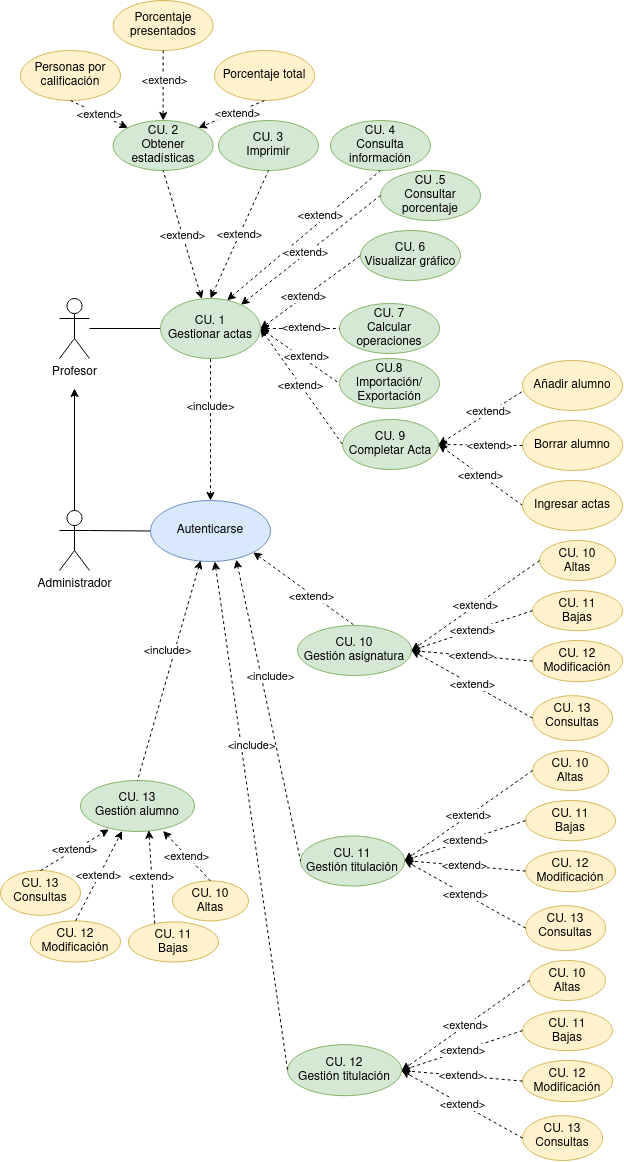
Above: Tareas/casosUso/Tarea6-Gestión Profesores/img/GestionProfesores.drawio.png in colidom/ets (draw.io), before the change. Source tidied: cells renumbered, new cells last; positions are measured from the earlier drawing's top-left corner, leaving out a move shared by most shapes.
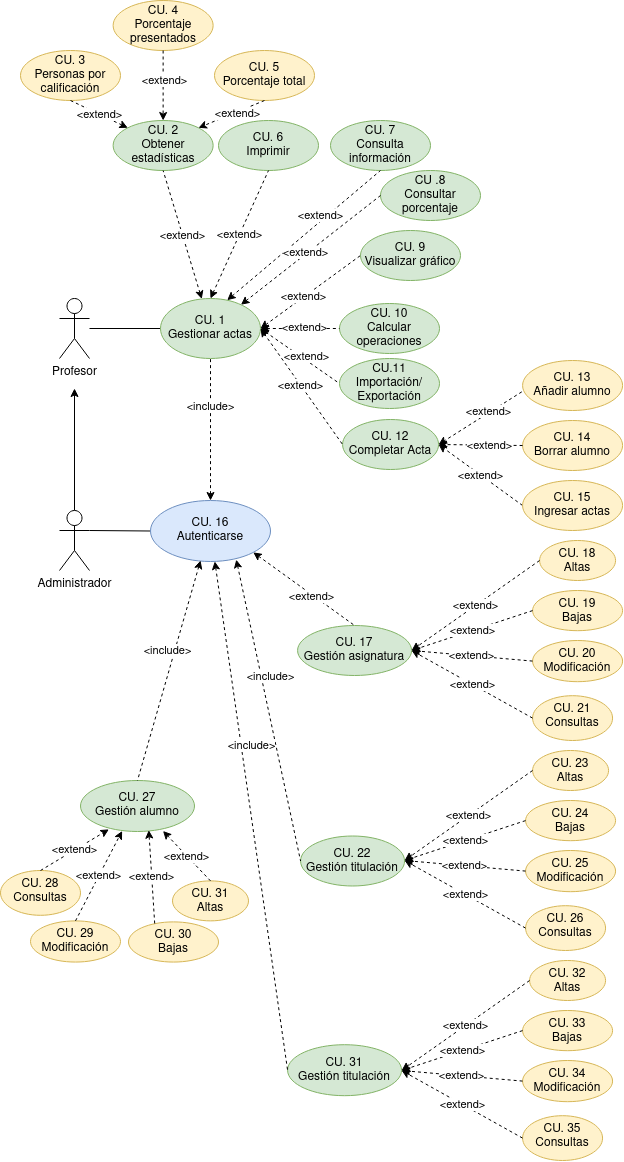
The same diagram one commit later.

Change to the diagram source:
```diff
@@ -16,16 +16,16 @@
     <mxCell id="5" value="Administrador" style="shape=umlActor;verticalLabelPosition=bottom;verticalAlign=top;html=1;outlineConnect=0;" parent="1" vertex="1">
       <mxGeometry x="59" y="510" width="30" height="60" as="geometry" />
     </mxCell>
-    <mxCell id="6" value="&lt;div&gt;CU. 9&lt;/div&gt;&lt;div&gt;Completar Acta&lt;/div&gt;" style="ellipse;whiteSpace=wrap;html=1;fillColor=#d5e8d4;strokeColor=#82b366;" parent="1" vertex="1">
+    <mxCell id="6" value="&lt;div&gt;CU. 12&lt;br&gt;&lt;/div&gt;&lt;div&gt;Completar Acta&lt;/div&gt;" style="ellipse;whiteSpace=wrap;html=1;fillColor=#d5e8d4;strokeColor=#82b366;" parent="1" vertex="1">
       <mxGeometry x="342.1" y="419" width="96" height="50" as="geometry" />
     </mxCell>
-    <mxCell id="7" value="Borrar alumno" style="ellipse;whiteSpace=wrap;html=1;fillColor=#fff2cc;strokeColor=#d6b656;" parent="1" vertex="1">
+    <mxCell id="7" value="&lt;div&gt;CU. 14&lt;/div&gt;&lt;div&gt;Borrar alumno&lt;/div&gt;" style="ellipse;whiteSpace=wrap;html=1;fillColor=#fff2cc;strokeColor=#d6b656;" parent="1" vertex="1">
       <mxGeometry x="522.1" y="420" width="100" height="50" as="geometry" />
     </mxCell>
     <mxCell id="8" value="&amp;lt;extend&amp;gt;" style="edgeStyle=none;rounded=0;jettySize=auto;html=1;dashed=1;startArrow=none;startFill=0;endArrow=classic;endFill=1;entryX=1;entryY=0.5;entryDx=0;entryDy=0;exitX=0;exitY=0.5;exitDx=0;exitDy=0;" parent="1" edge="1" source="9" target="6">
       <mxGeometry relative="1" as="geometry" />
     </mxCell>
-    <mxCell id="9" value="Ingresar actas" style="ellipse;whiteSpace=wrap;html=1;fillColor=#fff2cc;strokeColor=#d6b656;" parent="1" vertex="1">
+    <mxCell id="9" value="&lt;div&gt;CU. 15&lt;/div&gt;&lt;div&gt;Ingresar actas&lt;/div&gt;" style="ellipse;whiteSpace=wrap;html=1;fillColor=#fff2cc;strokeColor=#d6b656;" parent="1" vertex="1">
       <mxGeometry x="522.1" y="480" width="100" height="50" as="geometry" />
     </mxCell>
     <mxCell id="10" style="edgeStyle=orthogonalEdgeStyle;rounded=0;jettySize=auto;html=1;endArrow=none;endFill=0;dashed=1;startArrow=classic;startFill=1;" parent="1" edge="1" source="43" target="27">
@@ -36,31 +36,31 @@
         <mxPoint x="2" y="-34" as="offset" />
       </mxGeometry>
     </mxCell>
-    <mxCell id="12" value="&lt;div&gt;CU. 4&lt;/div&gt;&lt;div&gt;Consulta información&lt;/div&gt;" style="ellipse;whiteSpace=wrap;html=1;fillColor=#d5e8d4;strokeColor=#82b366;" parent="1" vertex="1">
+    <mxCell id="12" value="&lt;div&gt;CU. 7&lt;br&gt;&lt;/div&gt;&lt;div&gt;Consulta información&lt;/div&gt;" style="ellipse;whiteSpace=wrap;html=1;fillColor=#d5e8d4;strokeColor=#82b366;" parent="1" vertex="1">
       <mxGeometry x="330" y="120" width="100" height="50" as="geometry" />
     </mxCell>
     <mxCell id="13" value="&lt;div&gt;CU. 2&lt;/div&gt;&lt;div&gt;Obtener estadísticas&lt;/div&gt;" style="ellipse;whiteSpace=wrap;html=1;fillColor=#d5e8d4;strokeColor=#82b366;" parent="1" vertex="1">
       <mxGeometry x="112.6" y="120" width="100" height="50" as="geometry" />
     </mxCell>
-    <mxCell id="14" value="Personas por calificación" style="ellipse;whiteSpace=wrap;html=1;fillColor=#fff2cc;strokeColor=#d6b656;" parent="1" vertex="1">
+    <mxCell id="14" value="&lt;div&gt;CU. 3&lt;/div&gt;&lt;div&gt;Personas por calificación&lt;/div&gt;" style="ellipse;whiteSpace=wrap;html=1;fillColor=#fff2cc;strokeColor=#d6b656;" parent="1" vertex="1">
       <mxGeometry x="20" y="50" width="100" height="50" as="geometry" />
     </mxCell>
-    <mxCell id="15" value="Porcentaje presentados" style="ellipse;whiteSpace=wrap;html=1;fillColor=#fff2cc;strokeColor=#d6b656;" parent="1" vertex="1">
+    <mxCell id="15" value="&lt;div&gt;CU. 4&lt;/div&gt;&lt;div&gt;Porcentaje presentados&lt;/div&gt;" style="ellipse;whiteSpace=wrap;html=1;fillColor=#fff2cc;strokeColor=#d6b656;" parent="1" vertex="1">
       <mxGeometry x="112.6" width="100" height="50" as="geometry" />
     </mxCell>
-    <mxCell id="16" value="Porcentaje total" style="ellipse;whiteSpace=wrap;html=1;fillColor=#fff2cc;strokeColor=#d6b656;" parent="1" vertex="1">
+    <mxCell id="16" value="&lt;div&gt;CU. 5&lt;/div&gt;&lt;div&gt;Porcentaje total&lt;/div&gt;" style="ellipse;whiteSpace=wrap;html=1;fillColor=#fff2cc;strokeColor=#d6b656;" parent="1" vertex="1">
       <mxGeometry x="214" y="50" width="100" height="50" as="geometry" />
     </mxCell>
-    <mxCell id="17" value="&lt;div&gt;CU .5&lt;/div&gt;&lt;div&gt;Consultar porcentaje&lt;/div&gt;" style="ellipse;whiteSpace=wrap;html=1;fillColor=#d5e8d4;strokeColor=#82b366;" parent="1" vertex="1">
+    <mxCell id="17" value="&lt;div&gt;CU .8&lt;/div&gt;&lt;div&gt;Consultar porcentaje&lt;/div&gt;" style="ellipse;whiteSpace=wrap;html=1;fillColor=#d5e8d4;strokeColor=#82b366;" parent="1" vertex="1">
       <mxGeometry x="380" y="170" width="100" height="50" as="geometry" />
     </mxCell>
-    <mxCell id="18" value="&lt;div&gt;CU. 6 &lt;br&gt;&lt;/div&gt;&lt;div&gt;Visualizar gráfico&lt;/div&gt;" style="ellipse;whiteSpace=wrap;html=1;fillColor=#d5e8d4;strokeColor=#82b366;" parent="1" vertex="1">
+    <mxCell id="18" value="&lt;div&gt;CU. 9 &lt;br&gt;&lt;/div&gt;&lt;div&gt;Visualizar gráfico&lt;/div&gt;" style="ellipse;whiteSpace=wrap;html=1;fillColor=#d5e8d4;strokeColor=#82b366;" parent="1" vertex="1">
       <mxGeometry x="360" y="230" width="100" height="50" as="geometry" />
     </mxCell>
-    <mxCell id="19" value="&lt;div&gt;CU. 7&lt;/div&gt;&lt;div&gt;Calcular operaciones&lt;/div&gt;" style="ellipse;whiteSpace=wrap;html=1;fillColor=#d5e8d4;strokeColor=#82b366;" parent="1" vertex="1">
+    <mxCell id="19" value="&lt;div&gt;CU. 10&lt;br&gt;&lt;/div&gt;&lt;div&gt;Calcular operaciones&lt;/div&gt;" style="ellipse;whiteSpace=wrap;html=1;fillColor=#d5e8d4;strokeColor=#82b366;" parent="1" vertex="1">
       <mxGeometry x="339" y="303" width="100" height="50" as="geometry" />
     </mxCell>
-    <mxCell id="20" value="&lt;div&gt;CU.8&lt;/div&gt;&lt;div&gt;Importación/&lt;/div&gt;&lt;div&gt;Exportación&lt;/div&gt;" style="ellipse;whiteSpace=wrap;html=1;fillColor=#d5e8d4;strokeColor=#82b366;" parent="1" vertex="1">
+    <mxCell id="20" value="&lt;div&gt;CU.11&lt;/div&gt;&lt;div&gt;Importación/&lt;/div&gt;&lt;div&gt;Exportación&lt;/div&gt;" style="ellipse;whiteSpace=wrap;html=1;fillColor=#d5e8d4;strokeColor=#82b366;" parent="1" vertex="1">
       <mxGeometry x="339" y="358" width="100" height="50" as="geometry" />
     </mxCell>
     <mxCell id="21" style="edgeStyle=none;rounded=0;jettySize=auto;html=1;dashed=1;startArrow=none;startFill=0;endArrow=classic;endFill=1;exitX=0;exitY=0.5;exitDx=0;exitDy=0;entryX=1;entryY=0.5;entryDx=0;entryDy=0;" parent="1" edge="1" source="7" target="6">
@@ -80,7 +80,7 @@
     <mxCell id="25" value="&amp;lt;extend&amp;gt;" style="endArrow=classic;html=1;rounded=0;dashed=1;exitX=0.5;exitY=1;exitDx=0;exitDy=0;entryX=0;entryY=0;entryDx=0;entryDy=0;" parent="1" edge="1" source="14" target="13">
       <mxGeometry relative="1" as="geometry" />
     </mxCell>
-    <mxCell id="26" value="&lt;div&gt;CU. 3&lt;/div&gt;&lt;div&gt;Imprimir&lt;/div&gt;" style="ellipse;whiteSpace=wrap;html=1;fillColor=#d5e8d4;strokeColor=#82b366;" parent="1" vertex="1">
+    <mxCell id="26" value="&lt;div&gt;CU. 6&lt;br&gt;&lt;/div&gt;&lt;div&gt;Imprimir&lt;/div&gt;" style="ellipse;whiteSpace=wrap;html=1;fillColor=#d5e8d4;strokeColor=#82b366;" parent="1" vertex="1">
       <mxGeometry x="218" y="120" width="100" height="50" as="geometry" />
     </mxCell>
     <mxCell id="27" value="&lt;div&gt;CU. 1&lt;/div&gt;&lt;div&gt;Gestionar actas&lt;/div&gt;" style="ellipse;whiteSpace=wrap;html=1;fillColor=#d5e8d4;strokeColor=#82b366;" parent="1" vertex="1">
@@ -143,10 +143,10 @@
     <mxCell id="42" style="edgeStyle=none;rounded=0;jettySize=auto;html=1;startArrow=none;startFill=0;endArrow=none;endFill=0;entryX=0;entryY=0.5;entryDx=0;entryDy=0;exitX=1;exitY=0.3333333333333333;exitDx=0;exitDy=0;exitPerimeter=0;" parent="1" edge="1" source="5" target="43">
       <mxGeometry relative="1" as="geometry" />
     </mxCell>
-    <mxCell id="43" value="Autenticarse" style="ellipse;whiteSpace=wrap;html=1;fillColor=#dae8fc;strokeColor=#6c8ebf;" parent="1" vertex="1">
+    <mxCell id="43" value="&lt;div&gt;CU. 16&lt;/div&gt;&lt;div&gt;Autenticarse&lt;/div&gt;" style="ellipse;whiteSpace=wrap;html=1;fillColor=#dae8fc;strokeColor=#6c8ebf;" parent="1" vertex="1">
       <mxGeometry x="150" y="500" width="120" height="61" as="geometry" />
     </mxCell>
-    <mxCell id="44" value="Añadir alumno" style="ellipse;whiteSpace=wrap;html=1;fillColor=#fff2cc;strokeColor=#d6b656;" parent="1" vertex="1">
+    <mxCell id="44" value="&lt;div&gt;CU. 13&lt;/div&gt;&lt;div&gt;Añadir alumno&lt;/div&gt;" style="ellipse;whiteSpace=wrap;html=1;fillColor=#fff2cc;strokeColor=#d6b656;" parent="1" vertex="1">
       <mxGeometry x="522.1" y="360" width="100" height="50" as="geometry" />
     </mxCell>
     <mxCell id="45" style="edgeStyle=none;rounded=0;jettySize=auto;html=1;dashed=1;startArrow=none;startFill=0;endArrow=classic;endFill=1;exitX=-0.008;exitY=0.627;exitDx=0;exitDy=0;entryX=1;entryY=0.5;entryDx=0;entryDy=0;exitPerimeter=0;" parent="1" edge="1" source="44" target="6">
@@ -157,25 +157,25 @@
         <mxPoint x="-6" y="4" as="offset" />
       </mxGeometry>
     </mxCell>
-    <mxCell id="47" value="&lt;div&gt;CU. 10&lt;/div&gt;&lt;div&gt;Gestión asignatura&lt;br&gt;&lt;/div&gt;" style="ellipse;whiteSpace=wrap;html=1;fillColor=#d5e8d4;strokeColor=#82b366;" parent="1" vertex="1">
+    <mxCell id="47" value="&lt;div&gt;CU. 17&lt;/div&gt;&lt;div&gt;Gestión asignatura&lt;br&gt;&lt;/div&gt;" style="ellipse;whiteSpace=wrap;html=1;fillColor=#d5e8d4;strokeColor=#82b366;" parent="1" vertex="1">
       <mxGeometry x="297.1" y="625" width="114" height="50" as="geometry" />
     </mxCell>
-    <mxCell id="48" value="&lt;div&gt;CU. 11&lt;/div&gt;&lt;div&gt;Gestión titulación&lt;br&gt;&lt;/div&gt;" style="ellipse;whiteSpace=wrap;html=1;fillColor=#d5e8d4;strokeColor=#82b366;" parent="1" vertex="1">
+    <mxCell id="48" value="&lt;div&gt;CU. 22&lt;br&gt;&lt;/div&gt;&lt;div&gt;Gestión titulación&lt;br&gt;&lt;/div&gt;" style="ellipse;whiteSpace=wrap;html=1;fillColor=#d5e8d4;strokeColor=#82b366;" parent="1" vertex="1">
       <mxGeometry x="300.1" y="835.5" width="104" height="50" as="geometry" />
     </mxCell>
-    <mxCell id="49" value="&lt;div&gt;CU. 12&lt;/div&gt;&lt;div&gt;Gestión titulación&lt;br&gt;&lt;/div&gt;" style="ellipse;whiteSpace=wrap;html=1;fillColor=#d5e8d4;strokeColor=#82b366;" parent="1" vertex="1">
+    <mxCell id="49" value="&lt;div&gt;CU. 31&lt;br&gt;&lt;/div&gt;&lt;div&gt;Gestión titulación&lt;br&gt;&lt;/div&gt;" style="ellipse;whiteSpace=wrap;html=1;fillColor=#d5e8d4;strokeColor=#82b366;" parent="1" vertex="1">
       <mxGeometry x="287.1" y="1044.2" width="114" height="51" as="geometry" />
     </mxCell>
-    <mxCell id="50" value="&lt;div&gt;CU. 10&lt;/div&gt;&lt;div&gt;Altas&lt;/div&gt;" style="ellipse;whiteSpace=wrap;html=1;verticalAlign=top;fillColor=#fff2cc;strokeColor=#d6b656;" parent="1" vertex="1">
+    <mxCell id="50" value="&lt;div&gt;CU. 18&lt;/div&gt;&lt;div&gt;Altas&lt;/div&gt;" style="ellipse;whiteSpace=wrap;html=1;verticalAlign=top;fillColor=#fff2cc;strokeColor=#d6b656;" parent="1" vertex="1">
       <mxGeometry x="539.1" y="540" width="76" height="40" as="geometry" />
     </mxCell>
-    <mxCell id="51" value="&lt;div&gt;CU. 11&lt;/div&gt;&lt;div&gt;Bajas&lt;/div&gt;" style="ellipse;whiteSpace=wrap;html=1;verticalAlign=top;fillColor=#fff2cc;strokeColor=#d6b656;" parent="1" vertex="1">
+    <mxCell id="51" value="&lt;div&gt;CU. 19&lt;/div&gt;&lt;div&gt;Bajas&lt;/div&gt;" style="ellipse;whiteSpace=wrap;html=1;verticalAlign=top;fillColor=#fff2cc;strokeColor=#d6b656;" parent="1" vertex="1">
       <mxGeometry x="532.1" y="590" width="90" height="40.2" as="geometry" />
     </mxCell>
-    <mxCell id="52" value="&lt;div&gt;CU. 12&lt;/div&gt;&lt;div&gt;Modificación&lt;/div&gt;" style="ellipse;whiteSpace=wrap;html=1;verticalAlign=top;fillColor=#fff2cc;strokeColor=#d6b656;" parent="1" vertex="1">
+    <mxCell id="52" value="&lt;div&gt;CU. 20&lt;br&gt;&lt;/div&gt;&lt;div&gt;Modificación&lt;/div&gt;" style="ellipse;whiteSpace=wrap;html=1;verticalAlign=top;fillColor=#fff2cc;strokeColor=#d6b656;" parent="1" vertex="1">
       <mxGeometry x="532.1" y="640" width="90" height="41.2" as="geometry" />
     </mxCell>
-    <mxCell id="53" value="&lt;div&gt;CU. 13&lt;/div&gt;&lt;div&gt;Consultas&lt;/div&gt;" style="ellipse;whiteSpace=wrap;html=1;verticalAlign=top;fillColor=#fff2cc;strokeColor=#d6b656;" parent="1" vertex="1">
+    <mxCell id="53" value="&lt;div&gt;CU. 21&lt;br&gt;&lt;/div&gt;&lt;div&gt;Consultas&lt;/div&gt;" style="ellipse;whiteSpace=wrap;html=1;verticalAlign=top;fillColor=#fff2cc;strokeColor=#d6b656;" parent="1" vertex="1">
       <mxGeometry x="532.1" y="695.2" width="80" height="44.8" as="geometry" />
     </mxCell>
     <mxCell id="54" value="&amp;lt;extend&amp;gt;" style="edgeStyle=none;rounded=0;jettySize=auto;html=1;dashed=1;startArrow=none;startFill=0;endArrow=classic;endFill=1;entryX=1;entryY=0.5;entryDx=0;entryDy=0;exitX=0;exitY=0.5;exitDx=0;exitDy=0;" parent="1" edge="1" source="50" target="47">
@@ -190,16 +190,16 @@
     <mxCell id="57" value="&amp;lt;extend&amp;gt;" style="edgeStyle=none;rounded=0;jettySize=auto;html=1;dashed=1;startArrow=none;startFill=0;endArrow=classic;endFill=1;entryX=1;entryY=0.5;entryDx=0;entryDy=0;exitX=0;exitY=0.5;exitDx=0;exitDy=0;" parent="1" edge="1" source="53" target="47">
       <mxGeometry relative="1" as="geometry" />
     </mxCell>
-    <mxCell id="58" value="&lt;div&gt;CU. 10&lt;/div&gt;&lt;div&gt;Altas&lt;/div&gt;" style="ellipse;whiteSpace=wrap;html=1;verticalAlign=top;fillColor=#fff2cc;strokeColor=#d6b656;" parent="1" vertex="1">
+    <mxCell id="58" value="&lt;div&gt;CU. 23&lt;br&gt;&lt;/div&gt;&lt;div&gt;Altas&lt;/div&gt;" style="ellipse;whiteSpace=wrap;html=1;verticalAlign=top;fillColor=#fff2cc;strokeColor=#d6b656;" parent="1" vertex="1">
       <mxGeometry x="532.1" y="750" width="76" height="40" as="geometry" />
     </mxCell>
-    <mxCell id="59" value="&lt;div&gt;CU. 11&lt;/div&gt;&lt;div&gt;Bajas&lt;/div&gt;" style="ellipse;whiteSpace=wrap;html=1;verticalAlign=top;fillColor=#fff2cc;strokeColor=#d6b656;" parent="1" vertex="1">
+    <mxCell id="59" value="&lt;div&gt;CU. 24&lt;/div&gt;&lt;div&gt;Bajas&lt;/div&gt;" style="ellipse;whiteSpace=wrap;html=1;verticalAlign=top;fillColor=#fff2cc;strokeColor=#d6b656;" parent="1" vertex="1">
       <mxGeometry x="525.1" y="800" width="90" height="40.2" as="geometry" />
     </mxCell>
-    <mxCell id="60" value="&lt;div&gt;CU. 12&lt;/div&gt;&lt;div&gt;Modificación&lt;/div&gt;" style="ellipse;whiteSpace=wrap;html=1;verticalAlign=top;fillColor=#fff2cc;strokeColor=#d6b656;" parent="1" vertex="1">
+    <mxCell id="60" value="&lt;div&gt;CU. 25&lt;/div&gt;&lt;div&gt;Modificación&lt;/div&gt;" style="ellipse;whiteSpace=wrap;html=1;verticalAlign=top;fillColor=#fff2cc;strokeColor=#d6b656;" parent="1" vertex="1">
       <mxGeometry x="525.1" y="850" width="90" height="41.2" as="geometry" />
     </mxCell>
-    <mxCell id="61" value="&lt;div&gt;CU. 13&lt;/div&gt;&lt;div&gt;Consultas&lt;/div&gt;" style="ellipse;whiteSpace=wrap;html=1;verticalAlign=top;fillColor=#fff2cc;strokeColor=#d6b656;" parent="1" vertex="1">
+    <mxCell id="61" value="&lt;div&gt;CU. 26&lt;br&gt;&lt;/div&gt;&lt;div&gt;Consultas&lt;/div&gt;" style="ellipse;whiteSpace=wrap;html=1;verticalAlign=top;fillColor=#fff2cc;strokeColor=#d6b656;" parent="1" vertex="1">
       <mxGeometry x="525.1" y="905.2" width="80" height="44.8" as="geometry" />
     </mxCell>
     <mxCell id="62" value="&amp;lt;extend&amp;gt;" style="edgeStyle=none;rounded=0;jettySize=auto;html=1;dashed=1;startArrow=none;startFill=0;endArrow=classic;endFill=1;entryX=1;entryY=0.5;entryDx=0;entryDy=0;exitX=0;exitY=0.5;exitDx=0;exitDy=0;" parent="1" edge="1" source="58">
@@ -222,16 +222,16 @@
         <mxPoint x="404.1" y="860" as="targetPoint" />
       </mxGeometry>
     </mxCell>
-    <mxCell id="66" value="&lt;div&gt;CU. 10&lt;/div&gt;&lt;div&gt;Altas&lt;/div&gt;" style="ellipse;whiteSpace=wrap;html=1;verticalAlign=top;fillColor=#fff2cc;strokeColor=#d6b656;" parent="1" vertex="1">
+    <mxCell id="66" value="&lt;div&gt;CU. 32&lt;br&gt;&lt;/div&gt;&lt;div&gt;Altas&lt;/div&gt;" style="ellipse;whiteSpace=wrap;html=1;verticalAlign=top;fillColor=#fff2cc;strokeColor=#d6b656;" parent="1" vertex="1">
       <mxGeometry x="529.1" y="960" width="76" height="40" as="geometry" />
     </mxCell>
-    <mxCell id="67" value="&lt;div&gt;CU. 11&lt;/div&gt;&lt;div&gt;Bajas&lt;/div&gt;" style="ellipse;whiteSpace=wrap;html=1;verticalAlign=top;fillColor=#fff2cc;strokeColor=#d6b656;" parent="1" vertex="1">
+    <mxCell id="67" value="&lt;div&gt;CU. 33&lt;br&gt;&lt;/div&gt;&lt;div&gt;Bajas&lt;/div&gt;" style="ellipse;whiteSpace=wrap;html=1;verticalAlign=top;fillColor=#fff2cc;strokeColor=#d6b656;" parent="1" vertex="1">
       <mxGeometry x="522.1" y="1010" width="90" height="40.2" as="geometry" />
     </mxCell>
-    <mxCell id="68" value="&lt;div&gt;CU. 12&lt;/div&gt;&lt;div&gt;Modificación&lt;/div&gt;" style="ellipse;whiteSpace=wrap;html=1;verticalAlign=top;fillColor=#fff2cc;strokeColor=#d6b656;" parent="1" vertex="1">
+    <mxCell id="68" value="&lt;div&gt;CU. 34&lt;br&gt;&lt;/div&gt;&lt;div&gt;Modificación&lt;/div&gt;" style="ellipse;whiteSpace=wrap;html=1;verticalAlign=top;fillColor=#fff2cc;strokeColor=#d6b656;" parent="1" vertex="1">
       <mxGeometry x="522.1" y="1060" width="90" height="41.2" as="geometry" />
     </mxCell>
-    <mxCell id="69" value="&lt;div&gt;CU. 13&lt;/div&gt;&lt;div&gt;Consultas&lt;/div&gt;" style="ellipse;whiteSpace=wrap;html=1;verticalAlign=top;fillColor=#fff2cc;strokeColor=#d6b656;" parent="1" vertex="1">
+    <mxCell id="69" value="&lt;div&gt;CU. 35&lt;/div&gt;&lt;div&gt;Consultas&lt;/div&gt;" style="ellipse;whiteSpace=wrap;html=1;verticalAlign=top;fillColor=#fff2cc;strokeColor=#d6b656;" parent="1" vertex="1">
       <mxGeometry x="522.1" y="1115.2" width="80" height="44.8" as="geometry" />
     </mxCell>
     <mxCell id="70" value="&amp;lt;extend&amp;gt;" style="edgeStyle=none;rounded=0;jettySize=auto;html=1;dashed=1;startArrow=none;startFill=0;endArrow=classic;endFill=1;entryX=1;entryY=0.5;entryDx=0;entryDy=0;exitX=0;exitY=0.5;exitDx=0;exitDy=0;" parent="1" edge="1" source="66">
@@ -284,19 +284,19 @@
         <mxPoint x="15" y="18" as="offset" />
       </mxGeometry>
     </mxCell>
-    <mxCell id="82" value="&lt;div&gt;CU. 13&lt;/div&gt;&lt;div&gt;Gestión alumno&lt;br&gt;&lt;/div&gt;" style="ellipse;whiteSpace=wrap;html=1;fillColor=#d5e8d4;strokeColor=#82b366;" parent="1" vertex="1">
+    <mxCell id="82" value="&lt;div&gt;CU. 27&lt;br&gt;&lt;/div&gt;&lt;div&gt;Gestión alumno&lt;br&gt;&lt;/div&gt;" style="ellipse;whiteSpace=wrap;html=1;fillColor=#d5e8d4;strokeColor=#82b366;" parent="1" vertex="1">
       <mxGeometry x="80" y="780" width="114" height="51" as="geometry" />
     </mxCell>
-    <mxCell id="83" value="&lt;div&gt;CU. 10&lt;/div&gt;&lt;div&gt;Altas&lt;/div&gt;" style="ellipse;whiteSpace=wrap;html=1;verticalAlign=top;fillColor=#fff2cc;strokeColor=#d6b656;" parent="1" vertex="1">
+    <mxCell id="83" value="&lt;div&gt;CU. 31&lt;br&gt;&lt;/div&gt;&lt;div&gt;Altas&lt;/div&gt;" style="ellipse;whiteSpace=wrap;html=1;verticalAlign=top;fillColor=#fff2cc;strokeColor=#d6b656;" parent="1" vertex="1">
       <mxGeometry x="172" y="880.4" width="76" height="40" as="geometry" />
     </mxCell>
-    <mxCell id="84" value="&lt;div&gt;CU. 11&lt;/div&gt;&lt;div&gt;Bajas&lt;/div&gt;" style="ellipse;whiteSpace=wrap;html=1;verticalAlign=top;fillColor=#fff2cc;strokeColor=#d6b656;" parent="1" vertex="1">
+    <mxCell id="84" value="&lt;div&gt;CU. 30&lt;br&gt;&lt;/div&gt;&lt;div&gt;Bajas&lt;/div&gt;" style="ellipse;whiteSpace=wrap;html=1;verticalAlign=top;fillColor=#fff2cc;strokeColor=#d6b656;" parent="1" vertex="1">
       <mxGeometry x="128" y="921.4" width="90" height="40.2" as="geometry" />
     </mxCell>
-    <mxCell id="85" value="&lt;div&gt;CU. 12&lt;/div&gt;&lt;div&gt;Modificación&lt;/div&gt;" style="ellipse;whiteSpace=wrap;html=1;verticalAlign=top;fillColor=#fff2cc;strokeColor=#d6b656;" parent="1" vertex="1">
+    <mxCell id="85" value="&lt;div&gt;CU. 29&lt;br&gt;&lt;/div&gt;&lt;div&gt;Modificación&lt;/div&gt;" style="ellipse;whiteSpace=wrap;html=1;verticalAlign=top;fillColor=#fff2cc;strokeColor=#d6b656;" parent="1" vertex="1">
       <mxGeometry x="30" y="920.4" width="90" height="41.2" as="geometry" />
     </mxCell>
-    <mxCell id="86" value="&lt;div&gt;CU. 13&lt;/div&gt;&lt;div&gt;Consultas&lt;/div&gt;" style="ellipse;whiteSpace=wrap;html=1;verticalAlign=top;fillColor=#fff2cc;strokeColor=#d6b656;" parent="1" vertex="1">
+    <mxCell id="86" value="&lt;div&gt;CU. 28&lt;br&gt;&lt;/div&gt;&lt;div&gt;Consultas&lt;/div&gt;" style="ellipse;whiteSpace=wrap;html=1;verticalAlign=top;fillColor=#fff2cc;strokeColor=#d6b656;" parent="1" vertex="1">
       <mxGeometry y="870" width="80" height="44.8" as="geometry" />
     </mxCell>
     <mxCell id="87" value="&amp;lt;extend&amp;gt;" style="edgeStyle=none;rounded=0;jettySize=auto;html=1;dashed=1;startArrow=none;startFill=0;endArrow=classic;endFill=1;entryX=0.724;entryY=0.99;entryDx=0;entryDy=0;exitX=0.5;exitY=0;exitDx=0;exitDy=0;entryPerimeter=0;" parent="1" edge="1" source="83" target="82">
```
